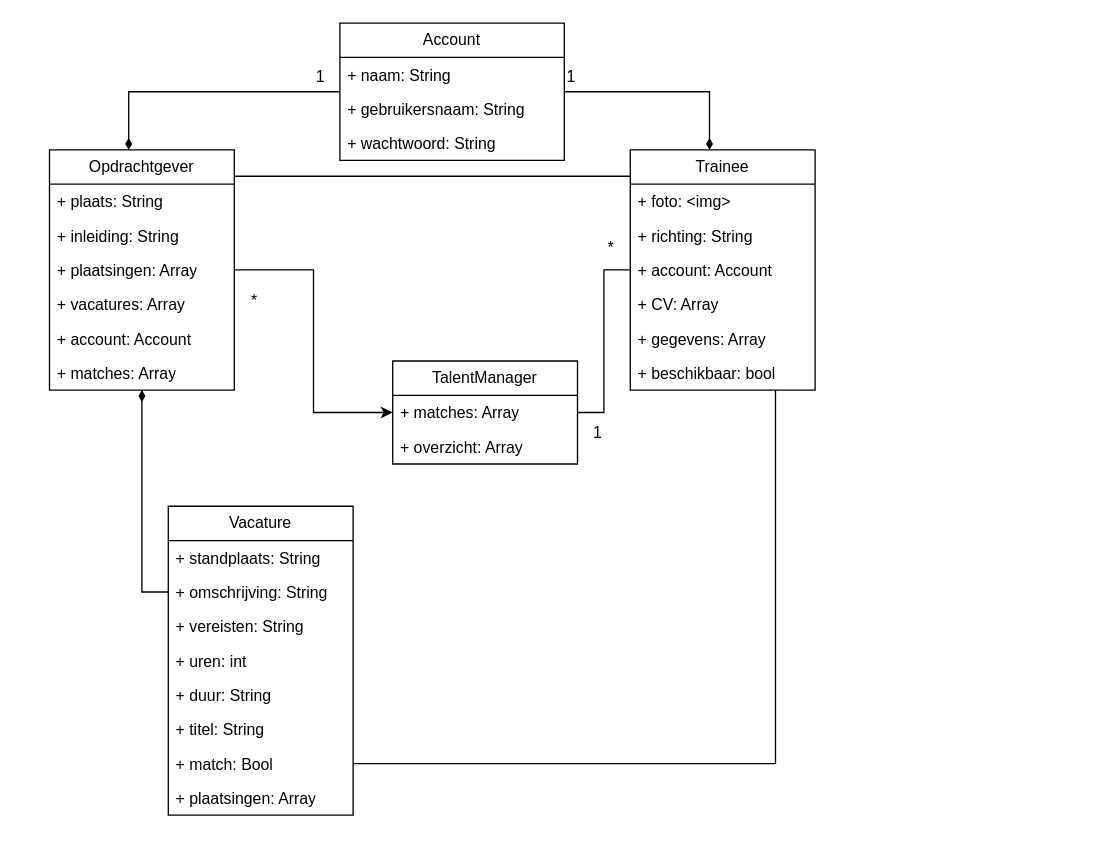
Earlier version of the draw.io diagram page "Team 1" (1 of 2) of docs/Applicatie.drawio (amarborz/backend-match). Source tidied: cells renumbered, new cells numbered last; positions are measured from the earlier drawing's top-left corner, leaving out a move shared by most shapes. Both pictures are drawn from the tidied source at 132%, with x=0, y=0 at pixel (49, 22).
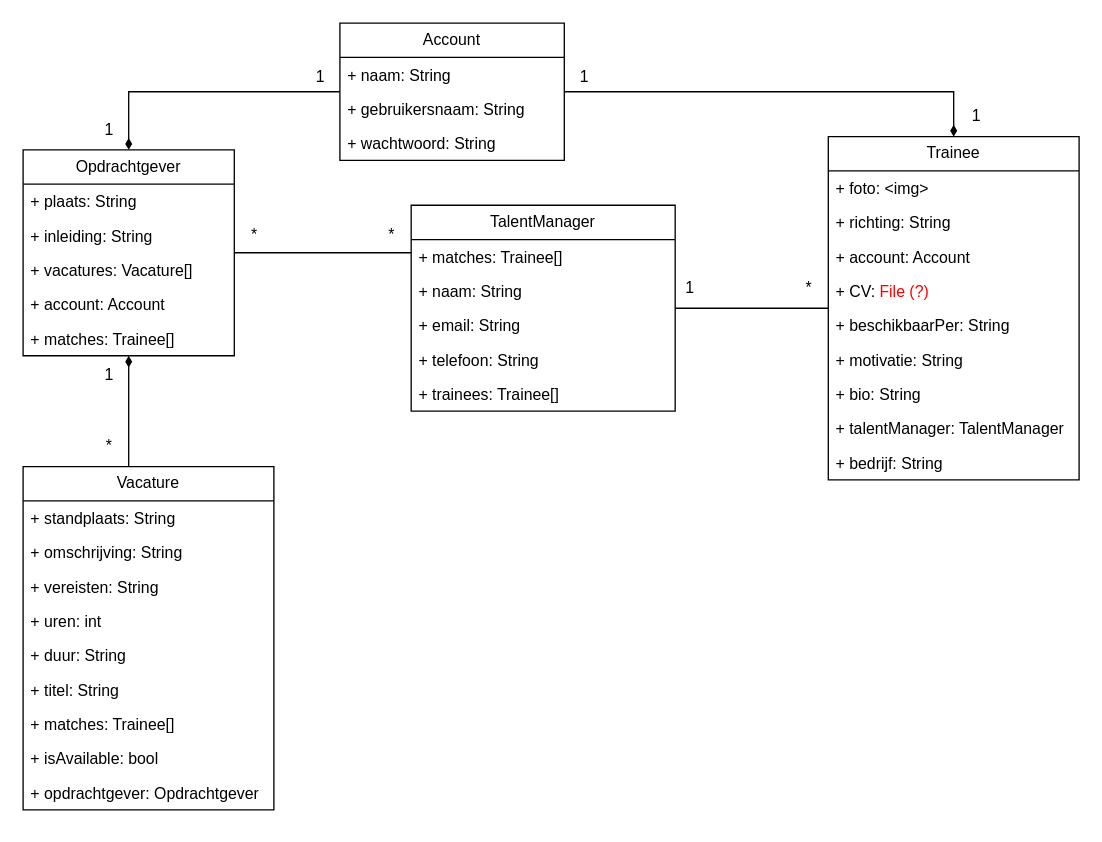
The same page after the edit.

Commit message (it also covers changes not shown here):
UML diagram updated

The change refers to these unchanged cells:
```xml
<mxCell id="32" value="Account" style="swimlane;fontStyle=0;horizontal=1;startSize=26;fillColor=none;whiteSpace=wrap;html=1;" parent="1" vertex="1">
  <mxGeometry x="220" width="170" height="104" as="geometry" />
</mxCell>
```

What changed in the source:
```diff
@@
-    <mxCell id="2" value="1" style="text;html=1;align=center;verticalAlign=middle;strokeColor=none;fillColor=none;" parent="1" vertex="1">
-      <mxGeometry x="400" y="296" width="30" height="30" as="geometry" />
-    </mxCell>
-    <mxCell id="3" value="*" style="text;html=1;align=center;verticalAlign=middle;strokeColor=none;fillColor=none;" parent="1" vertex="1">
-      <mxGeometry x="140" y="196" width="30" height="30" as="geometry" />
-    </mxCell>
     <mxCell id="4" style="edgeStyle=orthogonalEdgeStyle;rounded=0;jettySize=auto;html=1;startArrow=diamondThin;startFill=1;endArrow=none;endFill=0;" parent="1" edge="1" source="5" target="32">
       <mxGeometry relative="1" as="geometry">
         <Array as="points">
-          <mxPoint x="500" y="52" />
+          <mxPoint x="685" y="52" />
         </Array>
       </mxGeometry>
     </mxCell>
     <mxCell id="5" value="Trainee" style="swimlane;fontStyle=0;horizontal=1;startSize=26;fillColor=none;whiteSpace=wrap;html=1;" parent="1" vertex="1">
-      <mxGeometry x="440" y="96" width="140" height="182" as="geometry" />
+      <mxGeometry x="590" y="86" width="190" height="260" as="geometry" />
     </mxCell>
     <mxCell id="6" value="+ foto: &amp;lt;img&amp;gt;" style="text;strokeColor=none;fillColor=none;align=left;verticalAlign=top;spacingLeft=4;spacingRight=4;overflow=hidden;whiteSpace=wrap;html=1;" parent="5" vertex="1">
-      <mxGeometry y="26" width="140" height="26" as="geometry" />
+      <mxGeometry y="26" width="190" height="26" as="geometry" />
     </mxCell>
     <mxCell id="7" value="+ richting: String" style="text;strokeColor=none;fillColor=none;align=left;verticalAlign=top;spacingLeft=4;spacingRight=4;overflow=hidden;whiteSpace=wrap;html=1;" parent="5" vertex="1">
-      <mxGeometry y="52" width="140" height="26" as="geometry" />
+      <mxGeometry y="52" width="190" height="26" as="geometry" />
     </mxCell>
     <mxCell id="8" value="+ account: Account" style="text;strokeColor=none;fillColor=none;align=left;verticalAlign=top;spacingLeft=4;spacingRight=4;overflow=hidden;whiteSpace=wrap;html=1;" parent="5" vertex="1">
-      <mxGeometry y="78" width="140" height="26" as="geometry" />
+      <mxGeometry y="78" width="190" height="26" as="geometry" />
     </mxCell>
-    <mxCell id="9" value="+ CV: Array" style="text;strokeColor=none;fillColor=none;align=left;verticalAlign=top;spacingLeft=4;spacingRight=4;overflow=hidden;whiteSpace=wrap;html=1;" parent="5" vertex="1">
-      <mxGeometry y="104" width="140" height="26" as="geometry" />
+    <mxCell id="9" value="+ CV: &lt;font color=&quot;#ff0000&quot;&gt;File (?)&lt;/font&gt;" style="text;strokeColor=none;fillColor=none;align=left;verticalAlign=top;spacingLeft=4;spacingRight=4;overflow=hidden;whiteSpace=wrap;html=1;" parent="5" vertex="1">
+      <mxGeometry y="104" width="190" height="26" as="geometry" />
     </mxCell>
-    <mxCell id="10" value="+ gegevens: Array" style="text;strokeColor=none;fillColor=none;align=left;verticalAlign=top;spacingLeft=4;spacingRight=4;overflow=hidden;whiteSpace=wrap;html=1;" parent="5" vertex="1">
-      <mxGeometry y="130" width="140" height="26" as="geometry" />
-    </mxCell>
-    <mxCell id="11" value="+ beschikbaar: bool" style="text;strokeColor=none;fillColor=none;align=left;verticalAlign=top;spacingLeft=4;spacingRight=4;overflow=hidden;whiteSpace=wrap;html=1;" parent="5" vertex="1">
-      <mxGeometry y="156" width="140" height="26" as="geometry" />
+    <mxCell id="11" value="+ beschikbaarPer: String" style="text;strokeColor=none;fillColor=none;align=left;verticalAlign=top;spacingLeft=4;spacingRight=4;overflow=hidden;whiteSpace=wrap;html=1;" parent="5" vertex="1">
+      <mxGeometry y="130" width="190" height="26" as="geometry" />
     </mxCell>
-    <mxCell id="12" style="edgeStyle=orthogonalEdgeStyle;rounded=0;jettySize=auto;html=1;startArrow=diamondThin;startFill=1;endArrow=none;endFill=0;" parent="1" edge="1" source="16" target="25">
-      <mxGeometry relative="1" as="geometry" />
-    </mxCell>
-    <mxCell id="13" style="edgeStyle=orthogonalEdgeStyle;rounded=0;orthogonalLoop=1;jettySize=auto;html=1;endArrow=none;endFill=0;" parent="1" edge="1">
-      <mxGeometry relative="1" as="geometry">
-        <mxPoint x="140" y="116" as="sourcePoint" />
-        <mxPoint x="440" y="116" as="targetPoint" />
-      </mxGeometry>
-    </mxCell>
+    <mxCell id="44" value="+ motivatie: String" style="text;strokeColor=none;fillColor=none;align=left;verticalAlign=top;spacingLeft=4;spacingRight=4;overflow=hidden;whiteSpace=wrap;html=1;" parent="5" vertex="1">
+      <mxGeometry y="156" width="190" height="26" as="geometry" />
+    </mxCell>
+    <mxCell id="45" value="+ bio: String" style="text;strokeColor=none;fillColor=none;align=left;verticalAlign=top;spacingLeft=4;spacingRight=4;overflow=hidden;whiteSpace=wrap;html=1;" parent="5" vertex="1">
+      <mxGeometry y="182" width="190" height="26" as="geometry" />
+    </mxCell>
+    <mxCell id="46" value="+ talentManager: TalentManager" style="text;strokeColor=none;fillColor=none;align=left;verticalAlign=top;spacingLeft=4;spacingRight=4;overflow=hidden;whiteSpace=wrap;html=1;" parent="5" vertex="1">
+      <mxGeometry y="208" width="190" height="26" as="geometry" />
+    </mxCell>
+    <mxCell id="47" value="+ bedrijf: String" style="text;strokeColor=none;fillColor=none;align=left;verticalAlign=top;spacingLeft=4;spacingRight=4;overflow=hidden;whiteSpace=wrap;html=1;" parent="5" vertex="1">
+      <mxGeometry y="234" width="190" height="26" as="geometry" />
+    </mxCell>
-    <mxCell id="14" style="edgeStyle=orthogonalEdgeStyle;rounded=0;jettySize=auto;html=1;" parent="1" edge="1" source="16" target="40">
-      <mxGeometry relative="1" as="geometry" />
+    <mxCell id="14" style="edgeStyle=orthogonalEdgeStyle;rounded=0;jettySize=auto;html=1;endArrow=none;endFill=0;" parent="1" edge="1" source="16" target="40">
+      <mxGeometry relative="1" as="geometry">
+        <Array as="points">
+          <mxPoint x="380" y="216" />
+        </Array>
+      </mxGeometry>
     </mxCell>
@@
+    <mxCell id="48" style="edgeStyle=orthogonalEdgeStyle;rounded=0;jettySize=auto;html=1;startArrow=diamondThin;startFill=1;endArrow=none;endFill=0;" parent="1" edge="1" source="16" target="23">
+      <mxGeometry relative="1" as="geometry">
+        <Array as="points">
+          <mxPoint x="60" y="316" />
+          <mxPoint x="60" y="316" />
+        </Array>
+      </mxGeometry>
+    </mxCell>
     <mxCell id="16" value="Opdrachtgever" style="swimlane;fontStyle=0;horizontal=1;startSize=26;fillColor=none;whiteSpace=wrap;html=1;" parent="1" vertex="1">
-      <mxGeometry y="96" width="140" height="182" as="geometry" />
+      <mxGeometry x="-20" y="96" width="160" height="156" as="geometry" />
     </mxCell>
     <mxCell id="17" value="+ plaats: String" style="text;strokeColor=none;fillColor=none;align=left;verticalAlign=top;spacingLeft=4;spacingRight=4;overflow=hidden;whiteSpace=wrap;html=1;" parent="16" vertex="1">
-      <mxGeometry y="26" width="140" height="26" as="geometry" />
+      <mxGeometry y="26" width="160" height="26" as="geometry" />
     </mxCell>
     <mxCell id="18" value="+ inleiding: String" style="text;strokeColor=none;fillColor=none;align=left;verticalAlign=top;spacingLeft=4;spacingRight=4;overflow=hidden;whiteSpace=wrap;html=1;" parent="16" vertex="1">
-      <mxGeometry y="52" width="140" height="26" as="geometry" />
+      <mxGeometry y="52" width="160" height="26" as="geometry" />
     </mxCell>
-    <mxCell id="19" value="+ plaatsingen: Array" style="text;strokeColor=none;fillColor=none;align=left;verticalAlign=top;spacingLeft=4;spacingRight=4;overflow=hidden;whiteSpace=wrap;html=1;" parent="16" vertex="1">
-      <mxGeometry y="78" width="140" height="26" as="geometry" />
-    </mxCell>
-    <mxCell id="20" value="+ vacatures: Array" style="text;strokeColor=none;fillColor=none;align=left;verticalAlign=top;spacingLeft=4;spacingRight=4;overflow=hidden;whiteSpace=wrap;html=1;" parent="16" vertex="1">
-      <mxGeometry y="104" width="140" height="26" as="geometry" />
+    <mxCell id="20" value="+ vacatures: Vacature[]" style="text;strokeColor=none;fillColor=none;align=left;verticalAlign=top;spacingLeft=4;spacingRight=4;overflow=hidden;whiteSpace=wrap;html=1;" parent="16" vertex="1">
+      <mxGeometry y="78" width="160" height="26" as="geometry" />
     </mxCell>
     <mxCell id="21" value="+ account: Account" style="text;strokeColor=none;fillColor=none;align=left;verticalAlign=top;spacingLeft=4;spacingRight=4;overflow=hidden;whiteSpace=wrap;html=1;" parent="16" vertex="1">
-      <mxGeometry y="130" width="140" height="26" as="geometry" />
+      <mxGeometry y="104" width="160" height="26" as="geometry" />
     </mxCell>
-    <mxCell id="22" value="+ matches: Array" style="text;strokeColor=none;fillColor=none;align=left;verticalAlign=top;spacingLeft=4;spacingRight=4;overflow=hidden;whiteSpace=wrap;html=1;" parent="16" vertex="1">
-      <mxGeometry y="156" width="140" height="26" as="geometry" />
+    <mxCell id="22" value="+ matches: Trainee[]" style="text;strokeColor=none;fillColor=none;align=left;verticalAlign=top;spacingLeft=4;spacingRight=4;overflow=hidden;whiteSpace=wrap;html=1;" parent="16" vertex="1">
+      <mxGeometry y="130" width="160" height="26" as="geometry" />
     </mxCell>
     <mxCell id="23" value="Vacature" style="swimlane;fontStyle=0;horizontal=1;startSize=26;fillColor=none;whiteSpace=wrap;html=1;" parent="1" vertex="1">
-      <mxGeometry x="90" y="366" width="140" height="234" as="geometry" />
+      <mxGeometry x="-20" y="336" width="190" height="260" as="geometry" />
     </mxCell>
     <mxCell id="24" value="+ standplaats: String" style="text;strokeColor=none;fillColor=none;align=left;verticalAlign=top;spacingLeft=4;spacingRight=4;overflow=hidden;whiteSpace=wrap;html=1;" parent="23" vertex="1">
-      <mxGeometry y="26" width="140" height="26" as="geometry" />
+      <mxGeometry y="26" width="190" height="26" as="geometry" />
     </mxCell>
     <mxCell id="25" value="+ omschrijving: String" style="text;strokeColor=none;fillColor=none;align=left;verticalAlign=top;spacingLeft=4;spacingRight=4;overflow=hidden;points=[[0,0.5],[1,0.5]];portConstraint=eastwest;whiteSpace=wrap;html=1;" parent="23" vertex="1">
-      <mxGeometry y="52" width="140" height="26" as="geometry" />
+      <mxGeometry y="52" width="190" height="26" as="geometry" />
     </mxCell>
     <mxCell id="26" value="+ vereisten: String" style="text;strokeColor=none;fillColor=none;align=left;verticalAlign=top;spacingLeft=4;spacingRight=4;overflow=hidden;whiteSpace=wrap;html=1;" parent="23" vertex="1">
-      <mxGeometry y="78" width="140" height="26" as="geometry" />
+      <mxGeometry y="78" width="190" height="26" as="geometry" />
     </mxCell>
     <mxCell id="27" value="+ uren: int" style="text;strokeColor=none;fillColor=none;align=left;verticalAlign=top;spacingLeft=4;spacingRight=4;overflow=hidden;whiteSpace=wrap;html=1;" parent="23" vertex="1">
-      <mxGeometry y="104" width="140" height="26" as="geometry" />
+      <mxGeometry y="104" width="190" height="26" as="geometry" />
     </mxCell>
     <mxCell id="28" value="+ duur: String" style="text;strokeColor=none;fillColor=none;align=left;verticalAlign=top;spacingLeft=4;spacingRight=4;overflow=hidden;whiteSpace=wrap;html=1;" parent="23" vertex="1">
-      <mxGeometry y="130" width="140" height="26" as="geometry" />
+      <mxGeometry y="130" width="190" height="26" as="geometry" />
     </mxCell>
     <mxCell id="29" value="+ titel: String" style="text;strokeColor=none;fillColor=none;align=left;verticalAlign=top;spacingLeft=4;spacingRight=4;overflow=hidden;whiteSpace=wrap;html=1;" parent="23" vertex="1">
-      <mxGeometry y="156" width="140" height="26" as="geometry" />
+      <mxGeometry y="156" width="190" height="26" as="geometry" />
     </mxCell>
-    <mxCell id="30" value="+ match: Bool" style="text;strokeColor=none;fillColor=none;align=left;verticalAlign=top;spacingLeft=4;spacingRight=4;overflow=hidden;points=[[0,0.5],[1,0.5]];portConstraint=eastwest;whiteSpace=wrap;html=1;" parent="23" vertex="1">
-      <mxGeometry y="182" width="140" height="26" as="geometry" />
-    </mxCell>
-    <mxCell id="31" value="+ plaatsingen: Array" style="text;strokeColor=none;fillColor=none;align=left;verticalAlign=top;spacingLeft=4;spacingRight=4;overflow=hidden;whiteSpace=wrap;html=1;" parent="23" vertex="1">
-      <mxGeometry y="208" width="140" height="26" as="geometry" />
-    </mxCell>
+    <mxCell id="49" value="+ matches: Trainee[]" style="text;strokeColor=none;fillColor=none;align=left;verticalAlign=top;spacingLeft=4;spacingRight=4;overflow=hidden;whiteSpace=wrap;html=1;" parent="23" vertex="1">
+      <mxGeometry y="182" width="190" height="26" as="geometry" />
+    </mxCell>
+    <mxCell id="50" value="+ isAvailable: bool" style="text;strokeColor=none;fillColor=none;align=left;verticalAlign=top;spacingLeft=4;spacingRight=4;overflow=hidden;whiteSpace=wrap;html=1;" parent="23" vertex="1">
+      <mxGeometry y="208" width="190" height="26" as="geometry" />
+    </mxCell>
+    <mxCell id="51" value="+ opdrachtgever: Opdrachtgever" style="text;strokeColor=none;fillColor=none;align=left;verticalAlign=top;spacingLeft=4;spacingRight=4;overflow=hidden;whiteSpace=wrap;html=1;" parent="23" vertex="1">
+      <mxGeometry y="234" width="190" height="26" as="geometry" />
+    </mxCell>
@@
-    <mxCell id="36" style="edgeStyle=orthogonalEdgeStyle;rounded=0;jettySize=auto;html=1;endArrow=none;endFill=0;startArrow=none;startFill=0;" parent="1" edge="1" source="30" target="5">
-      <mxGeometry relative="1" as="geometry">
-        <Array as="points">
-          <mxPoint x="550" y="561" />
-        </Array>
-      </mxGeometry>
-    </mxCell>
     <mxCell id="37" value="1" style="text;html=1;align=center;verticalAlign=middle;strokeColor=none;fillColor=none;" parent="1" vertex="1">
-      <mxGeometry x="380" y="26" width="30" height="30" as="geometry" />
+      <mxGeometry x="390" y="26" width="30" height="30" as="geometry" />
     </mxCell>
@@
     <mxCell id="39" style="edgeStyle=orthogonalEdgeStyle;rounded=0;jettySize=auto;html=1;endArrow=none;endFill=0;" parent="1" edge="1" source="40" target="5">
-      <mxGeometry relative="1" as="geometry" />
+      <mxGeometry relative="1" as="geometry">
+        <Array as="points">
+          <mxPoint x="470" y="244" />
+          <mxPoint x="470" y="244" />
+        </Array>
+      </mxGeometry>
     </mxCell>
     <mxCell id="40" value="TalentManager" style="swimlane;fontStyle=0;horizontal=1;startSize=26;fillColor=none;whiteSpace=wrap;html=1;" parent="1" vertex="1">
-      <mxGeometry x="260" y="256" width="140" height="78" as="geometry" />
+      <mxGeometry x="274" y="138" width="200" height="156" as="geometry" />
     </mxCell>
-    <mxCell id="41" value="+ matches: Array" style="text;strokeColor=none;fillColor=none;align=left;verticalAlign=top;spacingLeft=4;spacingRight=4;overflow=hidden;whiteSpace=wrap;html=1;" parent="40" vertex="1">
-      <mxGeometry y="26" width="140" height="26" as="geometry" />
+    <mxCell id="41" value="+ matches: Trainee[]" style="text;strokeColor=none;fillColor=none;align=left;verticalAlign=top;spacingLeft=4;spacingRight=4;overflow=hidden;whiteSpace=wrap;html=1;" parent="40" vertex="1">
+      <mxGeometry y="26" width="200" height="26" as="geometry" />
     </mxCell>
-    <mxCell id="42" value="+ overzicht: Array" style="text;strokeColor=none;fillColor=none;align=left;verticalAlign=top;spacingLeft=4;spacingRight=4;overflow=hidden;whiteSpace=wrap;html=1;" parent="40" vertex="1">
-      <mxGeometry y="52" width="140" height="26" as="geometry" />
-    </mxCell>
-    <mxCell id="43" value="*" style="text;html=1;align=center;verticalAlign=middle;strokeColor=none;fillColor=none;" parent="1" vertex="1">
-      <mxGeometry x="410" y="156" width="30" height="30" as="geometry" />
-    </mxCell>
+    <mxCell id="52" value="+ naam: String" style="text;strokeColor=none;fillColor=none;align=left;verticalAlign=top;spacingLeft=4;spacingRight=4;overflow=hidden;whiteSpace=wrap;html=1;" parent="40" vertex="1">
+      <mxGeometry y="52" width="200" height="26" as="geometry" />
+    </mxCell>
+    <mxCell id="53" value="+ email: String" style="text;strokeColor=none;fillColor=none;align=left;verticalAlign=top;spacingLeft=4;spacingRight=4;overflow=hidden;whiteSpace=wrap;html=1;" parent="40" vertex="1">
+      <mxGeometry y="78" width="200" height="26" as="geometry" />
+    </mxCell>
+    <mxCell id="54" value="+ telefoon: String" style="text;strokeColor=none;fillColor=none;align=left;verticalAlign=top;spacingLeft=4;spacingRight=4;overflow=hidden;whiteSpace=wrap;html=1;" parent="40" vertex="1">
+      <mxGeometry y="104" width="200" height="26" as="geometry" />
+    </mxCell>
+    <mxCell id="55" value="+ trainees: Trainee[]" style="text;strokeColor=none;fillColor=none;align=left;verticalAlign=top;spacingLeft=4;spacingRight=4;overflow=hidden;whiteSpace=wrap;html=1;" parent="40" vertex="1">
+      <mxGeometry y="130" width="200" height="26" as="geometry" />
+    </mxCell>
+    <mxCell id="56" value="1" style="text;html=1;align=center;verticalAlign=middle;strokeColor=none;fillColor=none;" parent="1" vertex="1">
+      <mxGeometry x="470" y="186" width="30" height="30" as="geometry" />
+    </mxCell>
+    <mxCell id="57" value="*" style="text;html=1;align=center;verticalAlign=middle;strokeColor=none;fillColor=none;" parent="1" vertex="1">
+      <mxGeometry x="560" y="186" width="30" height="30" as="geometry" />
+    </mxCell>
+    <mxCell id="58" value="1" style="text;html=1;align=center;verticalAlign=middle;strokeColor=none;fillColor=none;" parent="1" vertex="1">
+      <mxGeometry x="687" y="56" width="30" height="30" as="geometry" />
+    </mxCell>
+    <mxCell id="59" value="1" style="text;html=1;align=center;verticalAlign=middle;strokeColor=none;fillColor=none;" parent="1" vertex="1">
+      <mxGeometry x="30" y="66" width="30" height="30" as="geometry" />
+    </mxCell>
+    <mxCell id="60" value="*" style="text;html=1;align=center;verticalAlign=middle;strokeColor=none;fillColor=none;" parent="1" vertex="1">
+      <mxGeometry x="140" y="146" width="30" height="30" as="geometry" />
+    </mxCell>
+    <mxCell id="61" value="*" style="text;html=1;align=center;verticalAlign=middle;strokeColor=none;fillColor=none;" parent="1" vertex="1">
+      <mxGeometry x="244" y="146" width="30" height="30" as="geometry" />
+    </mxCell>
+    <mxCell id="62" value="1" style="text;html=1;align=center;verticalAlign=middle;strokeColor=none;fillColor=none;" parent="1" vertex="1">
+      <mxGeometry x="30" y="252" width="30" height="30" as="geometry" />
+    </mxCell>
+    <mxCell id="63" value="*" style="text;html=1;align=center;verticalAlign=middle;strokeColor=none;fillColor=none;" parent="1" vertex="1">
+      <mxGeometry x="30" y="306" width="30" height="30" as="geometry" />
+    </mxCell>
```
